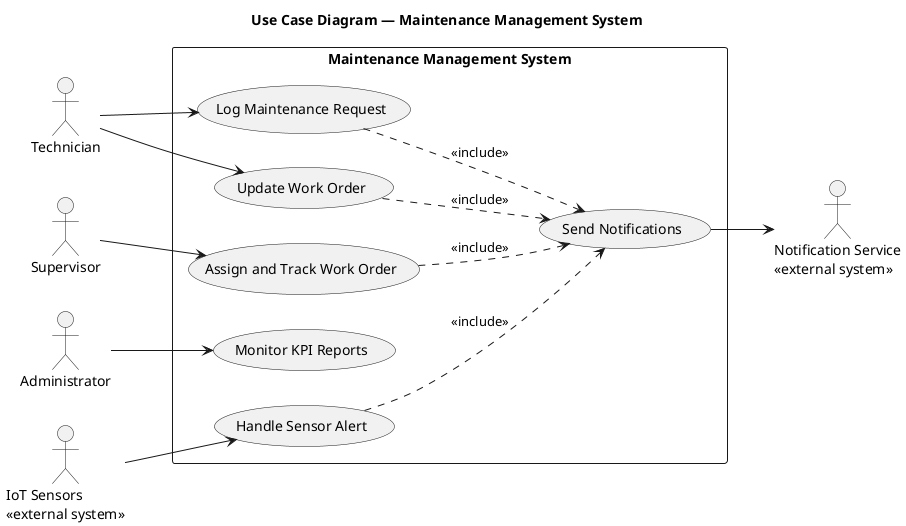
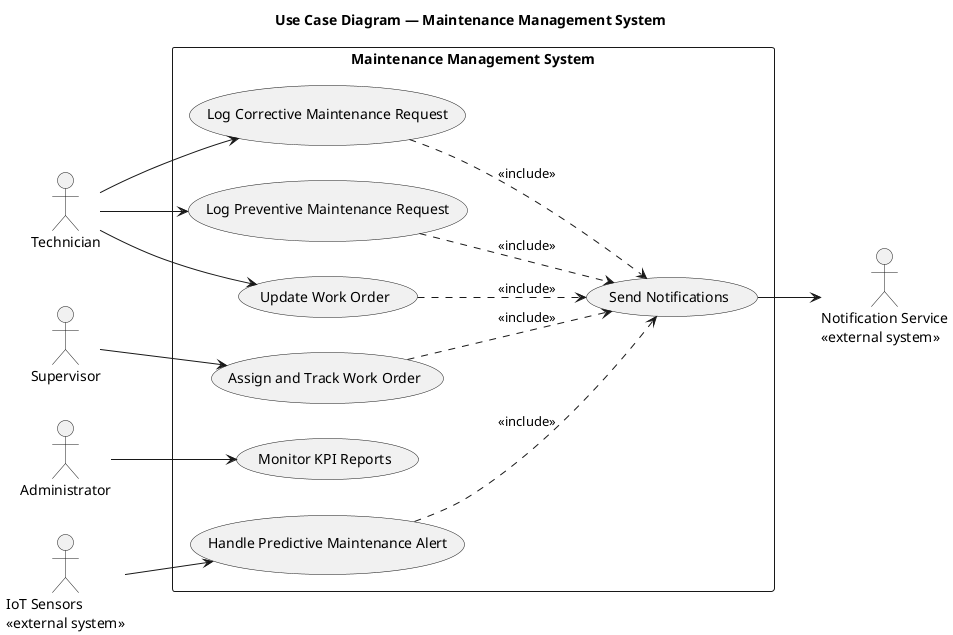
@startuml use_case_simplified
left to right direction

title Use Case Diagram — Maintenance Management System

actor Technician as tech
actor Supervisor as sup
actor Administrator as admin
actor "IoT Sensors\n<<external system>>" as iot
actor "Notification Service\n<<external system>>" as notif

rectangle "Maintenance Management System" {
-     usecase "Log Maintenance Request" as UC1
-     usecase "Assign and Track Work Order" as UC2
-     usecase "Update Work Order" as UC3
-     usecase "Handle Sensor Alert" as UC4
-     usecase "Monitor KPI Reports" as UC5
-     usecase "Send Notifications" as UC6
+     usecase "Log Corrective Maintenance Request" as UC1
+     usecase "Log Preventive Maintenance Request" as UC2
+     usecase "Assign and Track Work Order" as UC3
+     usecase "Update Work Order" as UC4
+     usecase "Handle Predictive Maintenance Alert" as UC5
+     usecase "Monitor KPI Reports" as UC6
+     usecase "Send Notifications" as UC7
}

tech --> UC1
- tech --> UC3
+ tech --> UC2
+ tech --> UC4

- sup --> UC2
+ sup --> UC3

- admin --> UC5
+ admin --> UC6

- iot --> UC4
+ iot --> UC5

- UC1 ..> UC6 : <<include>>
- UC2 ..> UC6 : <<include>>
- UC3 ..> UC6 : <<include>>
- UC4 ..> UC6 : <<include>>
+ UC1 ..> UC7 : <<include>>
+ UC2 ..> UC7 : <<include>>
+ UC3 ..> UC7 : <<include>>
+ UC4 ..> UC7 : <<include>>
+ UC5 ..> UC7 : <<include>>

- UC6 --> notif
+ UC7 --> notif

@enduml